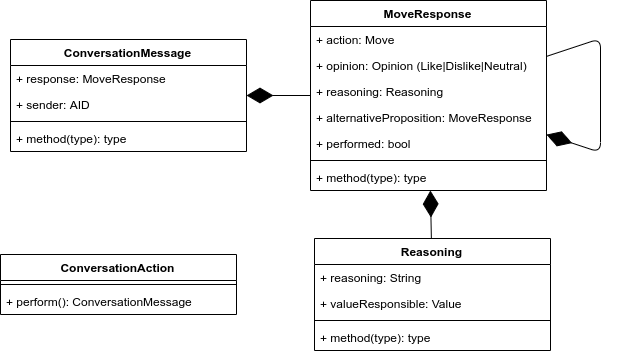
Earlier version of the draw.io export Docs/report/images/conversationmessage.png (TheDuckGoesQuark/UnconventionalChess). Source tidied: cells renumbered, new cells last; positions are measured from the earlier drawing's top-left corner, leaving out a move shared by most shapes.
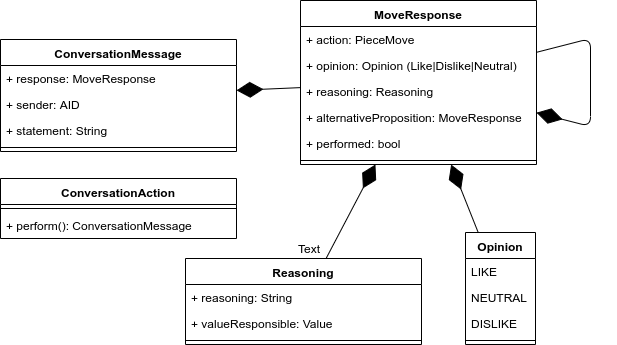
After the change.

Diff of the diagram source:
```diff
@@ -3,9 +3,9 @@
     <mxCell id="0" />
     <mxCell id="1" parent="0" />
     <mxCell id="2" value="MoveResponse" style="swimlane;fontStyle=1;align=center;verticalAlign=top;horizontal=1;startSize=26;" parent="1" vertex="1">
-      <mxGeometry x="310" width="236" height="190" as="geometry" />
+      <mxGeometry x="310" width="236" height="164" as="geometry" />
     </mxCell>
-    <mxCell id="3" value="+ action: Move" style="text;strokeColor=none;fillColor=none;align=left;verticalAlign=top;spacingLeft=4;spacingRight=4;overflow=hidden;" parent="2" vertex="1">
+    <mxCell id="3" value="+ action: PieceMove" style="text;strokeColor=none;fillColor=none;align=left;verticalAlign=top;spacingLeft=4;spacingRight=4;overflow=hidden;" parent="2" vertex="1">
       <mxGeometry y="26" width="236" height="26" as="geometry" />
     </mxCell>
     <mxCell id="4" value="+ opinion: Opinion (Like|Dislike|Neutral)" style="text;strokeColor=none;fillColor=none;align=left;verticalAlign=top;spacingLeft=4;spacingRight=4;overflow=hidden;" parent="2" vertex="1">
@@ -23,60 +23,75 @@
     <mxCell id="8" style="line;strokeWidth=1;fillColor=none;align=left;verticalAlign=middle;spacingTop=-1;spacingLeft=3;spacingRight=3;labelPosition=right;" parent="2" vertex="1">
       <mxGeometry y="156" width="236" height="8" as="geometry" />
     </mxCell>
-    <mxCell id="9" value="+ method(type): type" style="text;strokeColor=none;fillColor=none;align=left;verticalAlign=top;spacingLeft=4;spacingRight=4;overflow=hidden;points=[[0,0.5],[1,0.5]];portConstraint=eastwest;" parent="2" vertex="1">
-      <mxGeometry y="164" width="236" height="26" as="geometry" />
+    <mxCell id="9" value="Reasoning" style="swimlane;fontStyle=1;align=center;verticalAlign=top;horizontal=1;startSize=26;" parent="1" vertex="1">
+      <mxGeometry x="195" y="258" width="236" height="86" as="geometry" />
     </mxCell>
-    <mxCell id="10" value="Reasoning" style="swimlane;fontStyle=1;align=center;verticalAlign=top;horizontal=1;startSize=26;" parent="1" vertex="1">
-      <mxGeometry x="314" y="238" width="236" height="112" as="geometry" />
+    <mxCell id="10" value="+ reasoning: String" style="text;strokeColor=none;fillColor=none;align=left;verticalAlign=top;spacingLeft=4;spacingRight=4;overflow=hidden;points=[[0,0.5],[1,0.5]];portConstraint=eastwest;" parent="9" vertex="1">
+      <mxGeometry y="26" width="236" height="26" as="geometry" />
     </mxCell>
-    <mxCell id="11" value="+ reasoning: String" style="text;strokeColor=none;fillColor=none;align=left;verticalAlign=top;spacingLeft=4;spacingRight=4;overflow=hidden;" parent="10" vertex="1">
-      <mxGeometry y="26" width="236" height="26" as="geometry" />
+    <mxCell id="11" value="+ valueResponsible: Value" style="text;strokeColor=none;fillColor=none;align=left;verticalAlign=top;spacingLeft=4;spacingRight=4;overflow=hidden;" parent="9" vertex="1">
+      <mxGeometry y="52" width="236" height="26" as="geometry" />
     </mxCell>
-    <mxCell id="12" value="+ valueResponsible: Value" style="text;strokeColor=none;fillColor=none;align=left;verticalAlign=top;spacingLeft=4;spacingRight=4;overflow=hidden;" parent="10" vertex="1">
-      <mxGeometry y="52" width="236" height="26" as="geometry" />
+    <mxCell id="12" style="line;strokeWidth=1;fillColor=none;align=left;verticalAlign=middle;spacingTop=-1;spacingLeft=3;spacingRight=3;labelPosition=right;" parent="9" vertex="1">
+      <mxGeometry y="78" width="236" height="8" as="geometry" />
     </mxCell>
-    <mxCell id="13" style="line;strokeWidth=1;fillColor=none;align=left;verticalAlign=middle;spacingTop=-1;spacingLeft=3;spacingRight=3;labelPosition=right;" parent="10" vertex="1">
-      <mxGeometry y="78" width="236" height="8" as="geometry" />
+    <mxCell id="13" style="endArrow=diamondThin;endFill=1;endSize=24;html=1;" parent="1" edge="1" source="9" target="2">
+      <mxGeometry relative="1" as="geometry" />
     </mxCell>
-    <mxCell id="14" value="+ method(type): type" style="text;strokeColor=none;fillColor=none;align=left;verticalAlign=top;spacingLeft=4;spacingRight=4;overflow=hidden;points=[[0,0.5],[1,0.5]];portConstraint=eastwest;" parent="10" vertex="1">
-      <mxGeometry y="86" width="236" height="26" as="geometry" />
+    <mxCell id="14" value="ConversationMessage" style="swimlane;fontStyle=1;align=center;verticalAlign=top;horizontal=1;startSize=26;" parent="1" vertex="1">
+      <mxGeometry x="10" y="39" width="236" height="112" as="geometry" />
     </mxCell>
-    <mxCell id="15" style="endArrow=diamondThin;endFill=1;endSize=24;html=1;" parent="1" edge="1" source="10" target="2">
-      <mxGeometry relative="1" as="geometry" />
+    <mxCell id="15" value="+ response: MoveResponse" style="text;strokeColor=none;fillColor=none;align=left;verticalAlign=top;spacingLeft=4;spacingRight=4;overflow=hidden;" parent="14" vertex="1">
+      <mxGeometry y="26" width="236" height="26" as="geometry" />
     </mxCell>
-    <mxCell id="16" value="ConversationMessage" style="swimlane;fontStyle=1;align=center;verticalAlign=top;horizontal=1;startSize=26;" parent="1" vertex="1">
-      <mxGeometry x="10" y="39" width="236" height="112" as="geometry" />
+    <mxCell id="16" value="+ sender: AID" style="text;strokeColor=none;fillColor=none;align=left;verticalAlign=top;spacingLeft=4;spacingRight=4;overflow=hidden;points=[[0,0.5],[1,0.5]];portConstraint=eastwest;" parent="14" vertex="1">
+      <mxGeometry y="52" width="236" height="26" as="geometry" />
     </mxCell>
-    <mxCell id="17" value="+ response: MoveResponse" style="text;strokeColor=none;fillColor=none;align=left;verticalAlign=top;spacingLeft=4;spacingRight=4;overflow=hidden;" parent="16" vertex="1">
-      <mxGeometry y="26" width="236" height="26" as="geometry" />
+    <mxCell id="17" value="+ statement: String" style="text;strokeColor=none;fillColor=none;align=left;verticalAlign=top;spacingLeft=4;spacingRight=4;overflow=hidden;" parent="14" vertex="1">
+      <mxGeometry y="78" width="236" height="26" as="geometry" />
     </mxCell>
-    <mxCell id="18" value="+ sender: AID" style="text;strokeColor=none;fillColor=none;align=left;verticalAlign=top;spacingLeft=4;spacingRight=4;overflow=hidden;" parent="16" vertex="1">
-      <mxGeometry y="52" width="236" height="26" as="geometry" />
+    <mxCell id="18" style="line;strokeWidth=1;fillColor=none;align=left;verticalAlign=middle;spacingTop=-1;spacingLeft=3;spacingRight=3;labelPosition=right;" parent="14" vertex="1">
+      <mxGeometry y="104" width="236" height="8" as="geometry" />
     </mxCell>
-    <mxCell id="19" style="line;strokeWidth=1;fillColor=none;align=left;verticalAlign=middle;spacingTop=-1;spacingLeft=3;spacingRight=3;labelPosition=right;" parent="16" vertex="1">
-      <mxGeometry y="78" width="236" height="8" as="geometry" />
+    <mxCell id="19" style="endArrow=diamondThin;endFill=1;endSize=24;html=1;" parent="1" edge="1" source="2" target="14">
+      <mxGeometry relative="1" as="geometry" />
     </mxCell>
-    <mxCell id="20" value="+ method(type): type" style="text;strokeColor=none;fillColor=none;align=left;verticalAlign=top;spacingLeft=4;spacingRight=4;overflow=hidden;" parent="16" vertex="1">
-      <mxGeometry y="86" width="236" height="26" as="geometry" />
+    <mxCell id="20" style="endArrow=diamondThin;endFill=1;endSize=24;html=1;" parent="1" edge="1" source="2" target="2">
+      <mxGeometry relative="1" as="geometry">
+        <Array as="points">
+          <mxPoint x="600" y="38" />
+        </Array>
+      </mxGeometry>
     </mxCell>
-    <mxCell id="21" style="endArrow=diamondThin;endFill=1;endSize=24;html=1;" parent="1" edge="1" source="2" target="16">
-      <mxGeometry relative="1" as="geometry" />
+    <mxCell id="21" value="ConversationAction" style="swimlane;fontStyle=1;align=center;verticalAlign=top;horizontal=1;startSize=26;" parent="1" vertex="1">
+      <mxGeometry x="10" y="178" width="236" height="60" as="geometry" />
     </mxCell>
-    <mxCell id="22" style="endArrow=diamondThin;endFill=1;endSize=24;html=1;" parent="1" edge="1" source="2" target="2">
-      <mxGeometry relative="1" as="geometry">
-        <Array as="points">
-          <mxPoint x="600" y="38" />
-        </Array>
-      </mxGeometry>
+    <mxCell id="22" style="line;strokeWidth=1;fillColor=none;align=left;verticalAlign=middle;spacingTop=-1;spacingLeft=3;spacingRight=3;labelPosition=right;" parent="21" vertex="1">
+      <mxGeometry y="26" width="236" height="8" as="geometry" />
     </mxCell>
-    <mxCell id="23" value="ConversationAction" style="swimlane;fontStyle=1;align=center;verticalAlign=top;horizontal=1;startSize=26;" parent="1" vertex="1">
-      <mxGeometry y="254" width="236" height="60" as="geometry" />
+    <mxCell id="23" value="+ perform(): ConversationMessage" style="text;strokeColor=none;fillColor=none;align=left;verticalAlign=top;spacingLeft=4;spacingRight=4;overflow=hidden;" parent="21" vertex="1">
+      <mxGeometry y="34" width="236" height="26" as="geometry" />
     </mxCell>
-    <mxCell id="24" style="line;strokeWidth=1;fillColor=none;align=left;verticalAlign=middle;spacingTop=-1;spacingLeft=3;spacingRight=3;labelPosition=right;" parent="23" vertex="1">
-      <mxGeometry y="26" width="236" height="8" as="geometry" />
+    <mxCell id="24" value="Text" style="text;html=1;align=center;verticalAlign=middle;" parent="1" vertex="1">
+      <mxGeometry x="299" y="238" width="40" height="20" as="geometry" />
     </mxCell>
-    <mxCell id="25" value="+ perform(): ConversationMessage" style="text;strokeColor=none;fillColor=none;align=left;verticalAlign=top;spacingLeft=4;spacingRight=4;overflow=hidden;points=[[0,0.5],[1,0.5]];portConstraint=eastwest;" parent="23" vertex="1">
-      <mxGeometry y="34" width="236" height="26" as="geometry" />
+    <mxCell id="25" value="Opinion" style="swimlane;fontStyle=1;align=center;verticalAlign=top;horizontal=1;startSize=26;" parent="1" vertex="1">
+      <mxGeometry x="475" y="232" width="70" height="112" as="geometry" />
     </mxCell>
+    <mxCell id="26" value="LIKE" style="text;strokeColor=none;fillColor=none;align=left;verticalAlign=top;spacingLeft=4;spacingRight=4;overflow=hidden;" parent="25" vertex="1">
+      <mxGeometry y="26" width="70" height="26" as="geometry" />
+    </mxCell>
+    <mxCell id="27" value="NEUTRAL" style="text;strokeColor=none;fillColor=none;align=left;verticalAlign=top;spacingLeft=4;spacingRight=4;overflow=hidden;" parent="25" vertex="1">
+      <mxGeometry y="52" width="70" height="26" as="geometry" />
+    </mxCell>
+    <mxCell id="28" value="DISLIKE" style="text;strokeColor=none;fillColor=none;align=left;verticalAlign=top;spacingLeft=4;spacingRight=4;overflow=hidden;" parent="25" vertex="1">
+      <mxGeometry y="78" width="70" height="26" as="geometry" />
+    </mxCell>
+    <mxCell id="29" style="line;strokeWidth=1;fillColor=none;align=left;verticalAlign=middle;spacingTop=-1;spacingLeft=3;spacingRight=3;labelPosition=right;" parent="25" vertex="1">
+      <mxGeometry y="104" width="70" height="8" as="geometry" />
+    </mxCell>
+    <mxCell id="30" style="endArrow=diamondThin;endFill=1;endSize=24;html=1;" parent="1" edge="1" source="25" target="2">
+      <mxGeometry relative="1" as="geometry" />
+    </mxCell>
   </root>
 </mxGraphModel>
```
